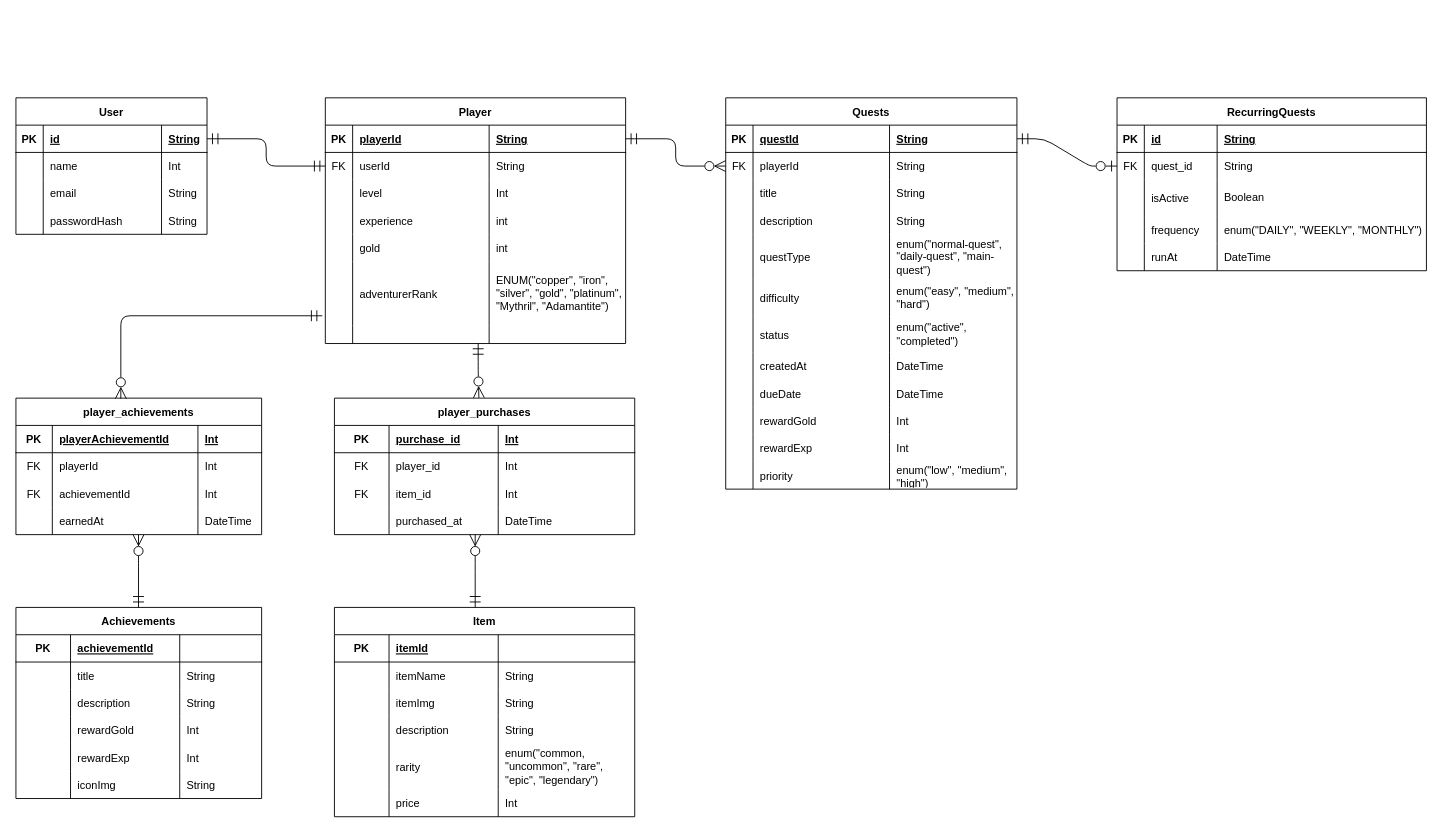
LowisWano/Atlas keeps this draw.io diagram as backend/schema.drawio. Above is the earlier version. Source tidied: cells renumbered, new cells numbered last; positions are measured from the earlier drawing's top-left corner, leaving out a move shared by most shapes. Both pictures are drawn from the tidied source at 91%, with x=0, y=0 at pixel (15, 97).
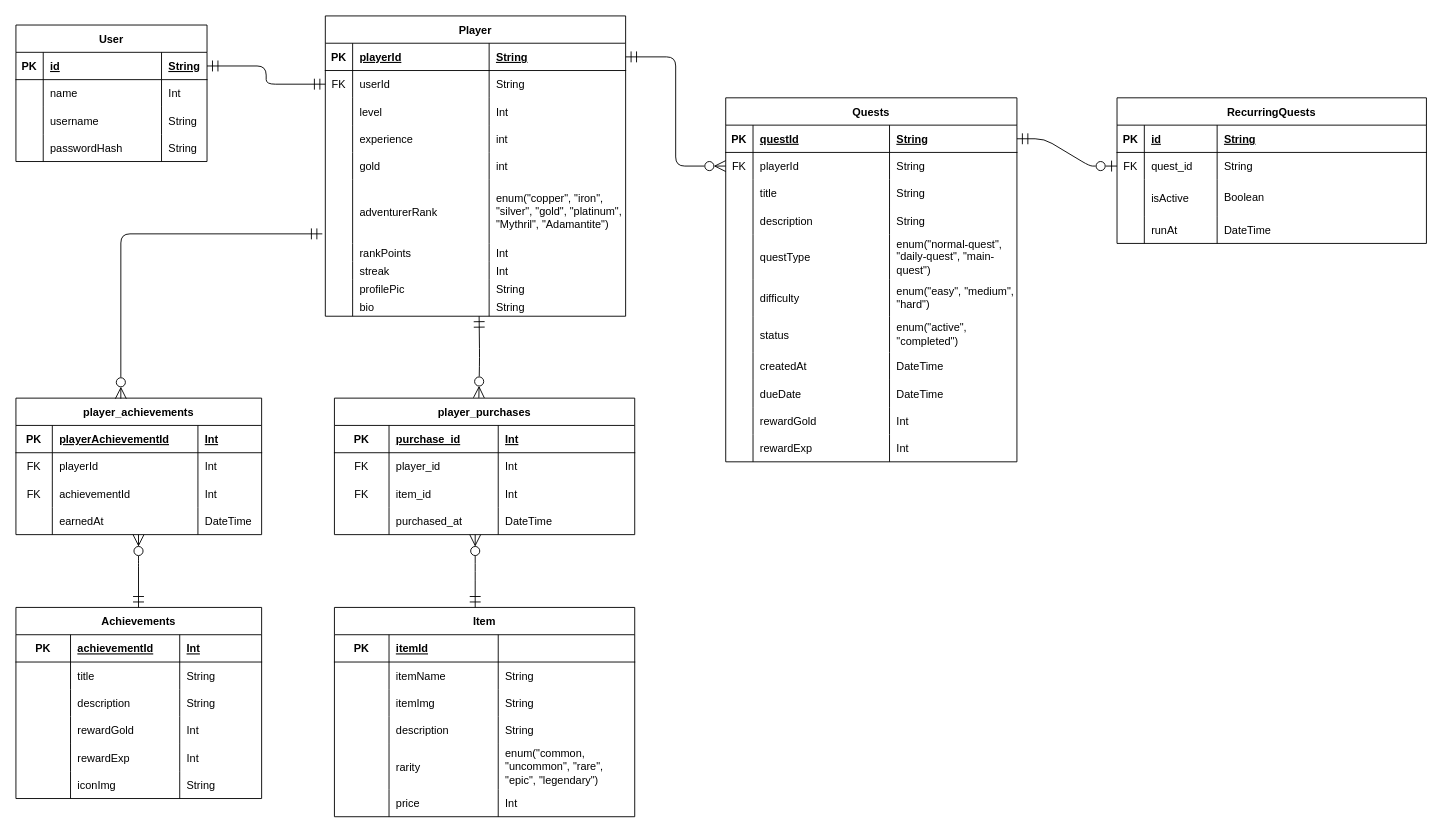
After the change.

Commit message:
docs: revise ERD

Unchanged cells that the change refers to:
```xml
<mxCell id="11" style="shape=tableRow;horizontal=0;startSize=0;swimlaneHead=0;swimlaneBody=0;fillColor=none;top=0;left=0;right=0;bottom=0;" parent="2" vertex="1">
  <mxGeometry y="90" width="210" height="30" as="geometry" />
</mxCell>
<mxCell id="40" style="shape=tableRow;horizontal=0;startSize=0;swimlaneHead=0;swimlaneBody=0;fillColor=none;points=[[0,0.5],[1,0.5]];portConstraint=eastwest;top=0;left=0;right=0;bottom=0;" parent="19" vertex="1">
  <mxGeometry y="180" width="330" height="70" as="geometry" />
</mxCell>
<mxCell id="145" value="player_purchases" style="shape=table;startSize=30;childLayout=tableLayout;rowLines=0;fontStyle=1;align=center;" parent="1" vertex="1">
  <mxGeometry x="350" y="330" width="330" height="150" as="geometry" />
</mxCell>
<mxCell id="163" style="shape=tableRow;horizontal=0;startSize=0;swimlaneHead=0;swimlaneBody=0;fillColor=none;top=0;left=0;right=0;bottom=1;" parent="162" vertex="1">
  <mxGeometry y="30" width="270" height="30" as="geometry" />
</mxCell>
```

The edit, as a diff of the source:
```diff
@@
     <mxCell id="2" value="User" style="shape=table;startSize=30;childLayout=tableLayout;rowLines=0;fontStyle=1;align=center;" parent="1" vertex="1">
-      <mxGeometry width="210" height="150" as="geometry" />
+      <mxGeometry y="-80" width="210" height="150" as="geometry" />
     </mxCell>
@@
-    <mxCell id="13" value="email" style="shape=partialRectangle;fillColor=none;top=0;left=0;bottom=0;right=0;align=left;spacingLeft=6;overflow=hidden;" parent="11" vertex="1">
+    <mxCell id="13" value="username" style="shape=partialRectangle;fillColor=none;top=0;left=0;bottom=0;right=0;align=left;spacingLeft=6;overflow=hidden;" parent="11" vertex="1">
       <mxGeometry x="30" width="130" height="30" as="geometry" />
     </mxCell>
@@
     <mxCell id="19" value="Player" style="shape=table;startSize=30;childLayout=tableLayout;rowLines=0;fontStyle=1;align=center;" parent="1" vertex="1">
-      <mxGeometry x="340" width="330" height="270" as="geometry" />
+      <mxGeometry x="340" y="-90" width="330" height="330" as="geometry" />
     </mxCell>
@@
-    <mxCell id="43" value="ENUM(&quot;copper&quot;, &quot;iron&quot;, &quot;silver&quot;, &quot;gold&quot;, &quot;platinum&quot;, &quot;Mythril&quot;, &quot;Adamantite&quot;)" style="shape=partialRectangle;fillColor=none;top=0;left=0;bottom=0;right=0;align=left;spacingLeft=6;overflow=hidden;whiteSpace=wrap;" parent="40" vertex="1">
+    <mxCell id="43" value="enum(&quot;copper&quot;, &quot;iron&quot;, &quot;silver&quot;, &quot;gold&quot;, &quot;platinum&quot;, &quot;Mythril&quot;, &quot;Adamantite&quot;)" style="shape=partialRectangle;fillColor=none;top=0;left=0;bottom=0;right=0;align=left;spacingLeft=6;overflow=hidden;whiteSpace=wrap;" parent="40" vertex="1">
       <mxGeometry x="180" width="150" height="70" as="geometry" />
     </mxCell>
+    <mxCell id="209" style="shape=tableRow;horizontal=0;startSize=0;swimlaneHead=0;swimlaneBody=0;fillColor=none;top=0;left=0;right=0;bottom=0;" parent="19" vertex="1">
+      <mxGeometry y="250" width="330" height="20" as="geometry" />
+    </mxCell>
+    <mxCell id="210" style="shape=partialRectangle;fillColor=none;top=0;left=0;bottom=0;right=0;overflow=hidden;" parent="209" vertex="1">
+      <mxGeometry width="30" height="20" as="geometry" />
+    </mxCell>
+    <mxCell id="211" value="rankPoints" style="shape=partialRectangle;fillColor=none;top=0;left=0;bottom=0;right=0;align=left;spacingLeft=6;overflow=hidden;" parent="209" vertex="1">
+      <mxGeometry x="30" width="150" height="20" as="geometry" />
+    </mxCell>
+    <mxCell id="212" value="Int" style="shape=partialRectangle;fillColor=none;top=0;left=0;bottom=0;right=0;align=left;spacingLeft=6;overflow=hidden;" parent="209" vertex="1">
+      <mxGeometry x="180" width="150" height="20" as="geometry" />
+    </mxCell>
     <mxCell id="44" style="shape=tableRow;horizontal=0;startSize=0;swimlaneHead=0;swimlaneBody=0;fillColor=none;points=[[0,0.5],[1,0.5]];portConstraint=eastwest;top=0;left=0;right=0;bottom=0;" parent="19" vertex="1">
-      <mxGeometry y="250" width="330" height="20" as="geometry" />
+      <mxGeometry y="270" width="330" height="20" as="geometry" />
     </mxCell>
@@
-    <mxCell id="46" style="shape=partialRectangle;fillColor=none;top=0;left=0;bottom=0;right=0;align=left;spacingLeft=6;overflow=hidden;" parent="44" vertex="1">
+    <mxCell id="46" value="streak" style="shape=partialRectangle;fillColor=none;top=0;left=0;bottom=0;right=0;align=left;spacingLeft=6;overflow=hidden;" parent="44" vertex="1">
       <mxGeometry x="30" width="150" height="20" as="geometry" />
     </mxCell>
-    <mxCell id="47" style="shape=partialRectangle;fillColor=none;top=0;left=0;bottom=0;right=0;align=left;spacingLeft=6;overflow=hidden;" parent="44" vertex="1">
+    <mxCell id="47" value="Int" style="shape=partialRectangle;fillColor=none;top=0;left=0;bottom=0;right=0;align=left;spacingLeft=6;overflow=hidden;" parent="44" vertex="1">
       <mxGeometry x="180" width="150" height="20" as="geometry" />
     </mxCell>
+    <mxCell id="213" style="shape=tableRow;horizontal=0;startSize=0;swimlaneHead=0;swimlaneBody=0;fillColor=none;top=0;left=0;right=0;bottom=0;" parent="19" vertex="1">
+      <mxGeometry y="290" width="330" height="20" as="geometry" />
+    </mxCell>
+    <mxCell id="214" style="shape=partialRectangle;fillColor=none;top=0;left=0;bottom=0;right=0;overflow=hidden;" parent="213" vertex="1">
+      <mxGeometry width="30" height="20" as="geometry" />
+    </mxCell>
+    <mxCell id="215" value="profilePic" style="shape=partialRectangle;fillColor=none;top=0;left=0;bottom=0;right=0;align=left;spacingLeft=6;overflow=hidden;" parent="213" vertex="1">
+      <mxGeometry x="30" width="150" height="20" as="geometry" />
+    </mxCell>
+    <mxCell id="216" value="String" style="shape=partialRectangle;fillColor=none;top=0;left=0;bottom=0;right=0;align=left;spacingLeft=6;overflow=hidden;" parent="213" vertex="1">
+      <mxGeometry x="180" width="150" height="20" as="geometry" />
+    </mxCell>
+    <mxCell id="217" style="shape=tableRow;horizontal=0;startSize=0;swimlaneHead=0;swimlaneBody=0;fillColor=none;top=0;left=0;right=0;bottom=0;" parent="19" vertex="1">
+      <mxGeometry y="310" width="330" height="20" as="geometry" />
+    </mxCell>
+    <mxCell id="218" style="shape=partialRectangle;fillColor=none;top=0;left=0;bottom=0;right=0;overflow=hidden;" parent="217" vertex="1">
+      <mxGeometry width="30" height="20" as="geometry" />
+    </mxCell>
+    <mxCell id="219" value="bio" style="shape=partialRectangle;fillColor=none;top=0;left=0;bottom=0;right=0;align=left;spacingLeft=6;overflow=hidden;" parent="217" vertex="1">
+      <mxGeometry x="30" width="150" height="20" as="geometry" />
+    </mxCell>
+    <mxCell id="220" value="String" style="shape=partialRectangle;fillColor=none;top=0;left=0;bottom=0;right=0;align=left;spacingLeft=6;overflow=hidden;" parent="217" vertex="1">
+      <mxGeometry x="180" width="150" height="20" as="geometry" />
+    </mxCell>
@@
     <mxCell id="74" value="Quests" style="shape=table;startSize=30;childLayout=tableLayout;rowLines=0;fontStyle=1;align=center;" parent="1" vertex="1">
-      <mxGeometry x="780" width="320" height="430" as="geometry" />
+      <mxGeometry x="780" width="320" height="400" as="geometry" />
     </mxCell>
@@
-    <mxCell id="119" style="shape=tableRow;horizontal=0;startSize=0;swimlaneHead=0;swimlaneBody=0;fillColor=none;top=0;left=0;right=0;bottom=0;" parent="74" vertex="1">
-      <mxGeometry y="400" width="320" height="30" as="geometry" />
-    </mxCell>
-    <mxCell id="120" style="shape=partialRectangle;fillColor=none;top=0;left=0;bottom=0;right=0;overflow=hidden;" parent="119" vertex="1">
-      <mxGeometry width="30" height="30" as="geometry" />
-    </mxCell>
-    <mxCell id="121" value="priority" style="shape=partialRectangle;fillColor=none;top=0;left=0;bottom=0;right=0;align=left;spacingLeft=6;overflow=hidden;" parent="119" vertex="1">
-      <mxGeometry x="30" width="150" height="30" as="geometry" />
-    </mxCell>
-    <mxCell id="122" value="enum(&quot;low&quot;, &quot;medium&quot;, &quot;high&quot;)" style="shape=partialRectangle;fillColor=none;top=0;left=0;bottom=0;right=0;align=left;spacingLeft=6;overflow=hidden;whiteSpace=wrap;" parent="119" vertex="1">
-      <mxGeometry x="180" width="140" height="30" as="geometry" />
-    </mxCell>
@@
     <mxCell id="124" value="RecurringQuests" style="shape=table;startSize=30;childLayout=tableLayout;rowLines=0;fontStyle=1;align=center;" parent="1" vertex="1">
-      <mxGeometry x="1210" width="340" height="190" as="geometry" />
+      <mxGeometry x="1210" width="340" height="160" as="geometry" />
     </mxCell>
@@
-    <mxCell id="137" style="shape=tableRow;horizontal=0;startSize=0;swimlaneHead=0;swimlaneBody=0;fillColor=none;top=0;left=0;right=0;bottom=0;" parent="124" vertex="1">
-      <mxGeometry y="130" width="340" height="30" as="geometry" />
-    </mxCell>
-    <mxCell id="138" style="shape=partialRectangle;fillColor=none;top=0;left=0;bottom=0;right=0;overflow=hidden;" parent="137" vertex="1">
-      <mxGeometry width="30" height="30" as="geometry" />
-    </mxCell>
-    <mxCell id="139" value="frequency" style="shape=partialRectangle;fillColor=none;top=0;left=0;bottom=0;right=0;align=left;spacingLeft=6;overflow=hidden;" parent="137" vertex="1">
-      <mxGeometry x="30" width="80" height="30" as="geometry" />
-    </mxCell>
-    <mxCell id="140" value="enum(&quot;DAILY&quot;, &quot;WEEKLY&quot;, &quot;MONTHLY&quot;)" style="shape=partialRectangle;fillColor=none;top=0;left=0;bottom=0;right=0;align=left;spacingLeft=6;overflow=hidden;" parent="137" vertex="1">
-      <mxGeometry x="110" width="230" height="30" as="geometry" />
-    </mxCell>
     <mxCell id="141" style="shape=tableRow;horizontal=0;startSize=0;swimlaneHead=0;swimlaneBody=0;fillColor=none;top=0;left=0;right=0;bottom=0;" parent="124" vertex="1">
-      <mxGeometry y="160" width="340" height="30" as="geometry" />
+      <mxGeometry y="130" width="340" height="30" as="geometry" />
     </mxCell>
@@
-    <mxCell id="166" style="shape=partialRectangle;fillColor=none;top=0;left=0;bottom=0;right=0;align=left;spacingLeft=6;fontStyle=5;overflow=hidden;" parent="163" vertex="1">
+    <mxCell id="166" value="Int" style="shape=partialRectangle;fillColor=none;top=0;left=0;bottom=0;right=0;align=left;spacingLeft=6;fontStyle=5;overflow=hidden;" parent="163" vertex="1">
       <mxGeometry x="180" width="90" height="30" as="geometry" />
     </mxCell>
@@
-    <mxCell id="205" style="fontSize=12;html=1;endArrow=ERzeroToMany;endFill=0;startSize=10;endSize=10;exitX=0.509;exitY=0.988;exitDx=0;exitDy=0;exitPerimeter=0;entryX=0.481;entryY=-0.002;entryDx=0;entryDy=0;edgeStyle=orthogonalEdgeStyle;startArrow=ERmandOne;startFill=0;entryPerimeter=0;" parent="1" edge="1" source="44" target="145">
-      <mxGeometry relative="1" as="geometry" />
+    <mxCell id="205" style="fontSize=12;html=1;endArrow=ERzeroToMany;endFill=0;startSize=10;endSize=10;entryX=0.481;entryY=-0.002;entryDx=0;entryDy=0;edgeStyle=orthogonalEdgeStyle;startArrow=ERmandOne;startFill=0;entryPerimeter=0;" parent="1" edge="1" target="145">
+      <mxGeometry relative="1" as="geometry">
+        <mxPoint x="509" y="240" as="sourcePoint" />
+      </mxGeometry>
     </mxCell>
```
